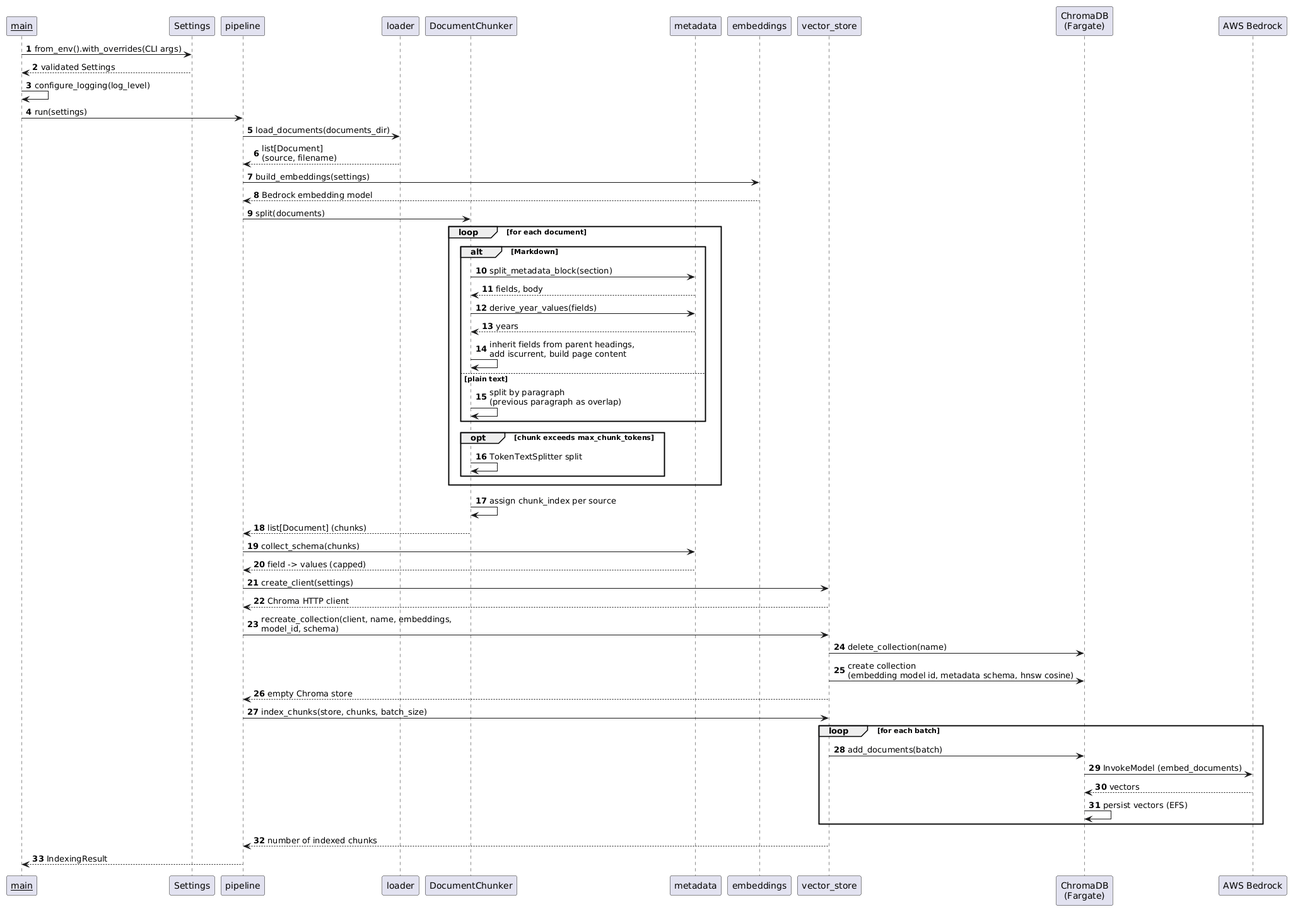
Before: docs/sequence-embedding.png, a diagram exported from PlantUML (Fabian-Winter/cvbot-embedder). The source it was exported from:
```plantuml
@startuml
autonumber

participant "__main__" as main
participant "Settings" as settings
participant "pipeline" as pipeline
participant "loader" as loader
participant "DocumentChunker" as chunker
participant "metadata" as metadata
participant "embeddings" as emb
participant "vector_store" as vs
participant "ChromaDB\n(Fargate)" as chroma
participant "AWS Bedrock" as bedrock

main -> settings : from_env().with_overrides(CLI args)
settings --> main : validated Settings
main -> main : configure_logging(log_level)
main -> pipeline : run(settings)

pipeline -> loader : load_documents(documents_dir)
loader --> pipeline : list[Document]\n(source, filename)

pipeline -> emb : build_embeddings(settings)
emb --> pipeline : Bedrock embedding model

pipeline -> chunker : split(documents)
loop for each document
  alt Markdown
    chunker -> metadata : split_metadata_block(section)
    metadata --> chunker : fields, body
    chunker -> metadata : derive_year_values(fields)
    metadata --> chunker : years
    chunker -> chunker : inherit fields from parent headings,\nadd iscurrent, build page content
  else plain text
    chunker -> chunker : split by paragraph\n(previous paragraph as overlap)
  end
  opt chunk exceeds max_chunk_tokens
    chunker -> chunker : TokenTextSplitter split
  end
end
chunker -> chunker : assign chunk_index per source
chunker --> pipeline : list[Document] (chunks)

pipeline -> metadata : collect_schema(chunks)
metadata --> pipeline : field -> values (capped)

pipeline -> vs : create_client(settings)
vs --> pipeline : Chroma HTTP client

pipeline -> vs : recreate_collection(client, name, embeddings,\nmodel_id, schema)
vs -> chroma : delete_collection(name)
vs -> chroma : create collection\n(embedding model id, metadata schema, hnsw cosine)
vs --> pipeline : empty Chroma store

pipeline -> vs : index_chunks(store, chunks, batch_size)
loop for each batch
  vs -> chroma : add_documents(batch)
  chroma -> bedrock : InvokeModel (embed_documents)
  bedrock --> chroma : vectors
  chroma -> chroma : persist vectors (EFS)
end
vs --> pipeline : number of indexed chunks

pipeline --> main : IndexingResult
@enduml
```
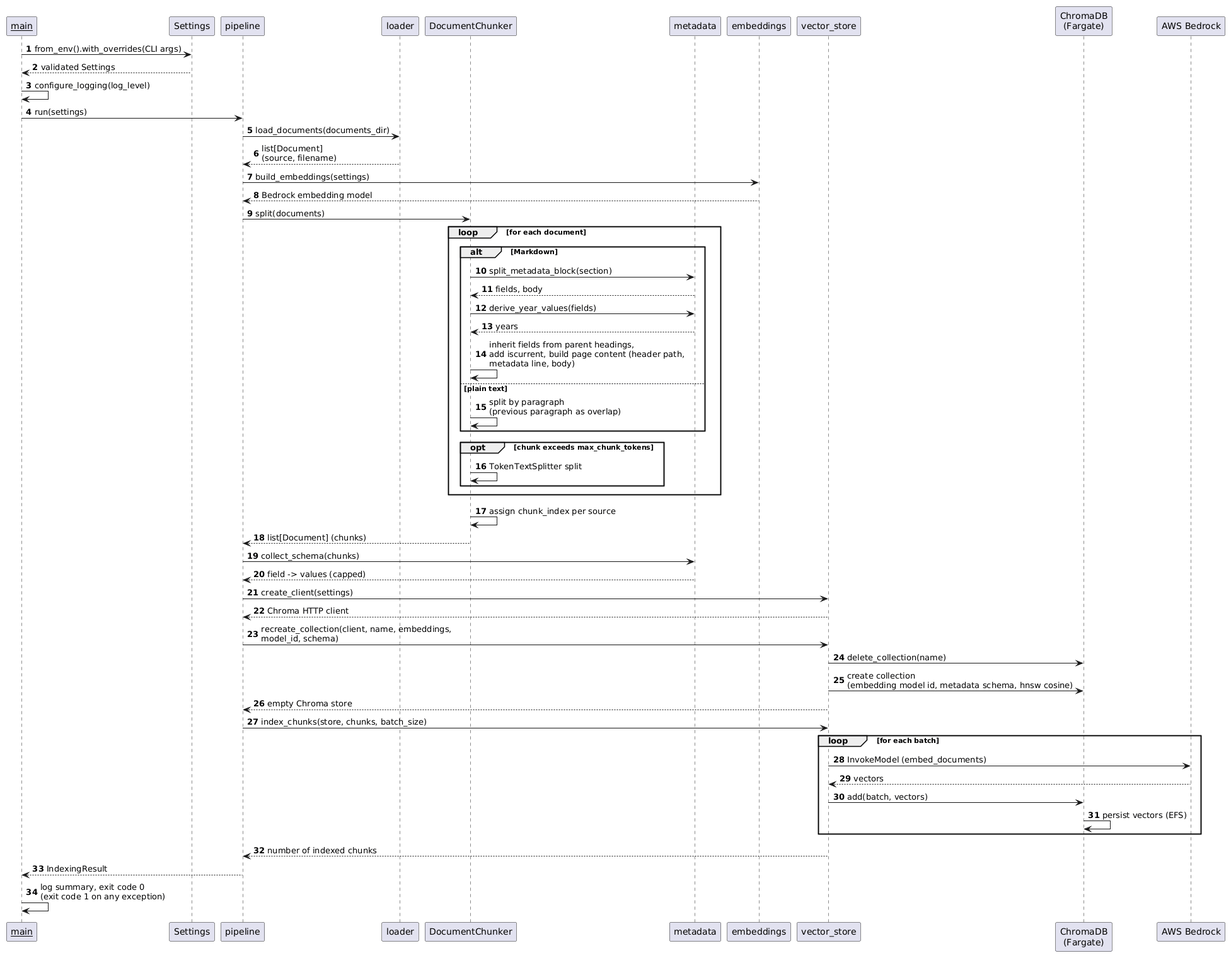
The same diagram one commit later.

Change to the diagram source:
```diff
@@ -30,7 +30,7 @@
     metadata --> chunker : fields, body
     chunker -> metadata : derive_year_values(fields)
     metadata --> chunker : years
-    chunker -> chunker : inherit fields from parent headings,\nadd iscurrent, build page content
+    chunker -> chunker : inherit fields from parent headings,\nadd iscurrent, build page content (header path,\nmetadata line, body)
   else plain text
     chunker -> chunker : split by paragraph\n(previous paragraph as overlap)
   end
@@ -54,12 +54,13 @@
 
 pipeline -> vs : index_chunks(store, chunks, batch_size)
 loop for each batch
-  vs -> chroma : add_documents(batch)
-  chroma -> bedrock : InvokeModel (embed_documents)
-  bedrock --> chroma : vectors
+  vs -> bedrock : InvokeModel (embed_documents)
+  bedrock --> vs : vectors
+  vs -> chroma : add(batch, vectors)
   chroma -> chroma : persist vectors (EFS)
 end
 vs --> pipeline : number of indexed chunks
 
 pipeline --> main : IndexingResult
+main -> main : log summary, exit code 0\n(exit code 1 on any exception)
 @enduml
```
